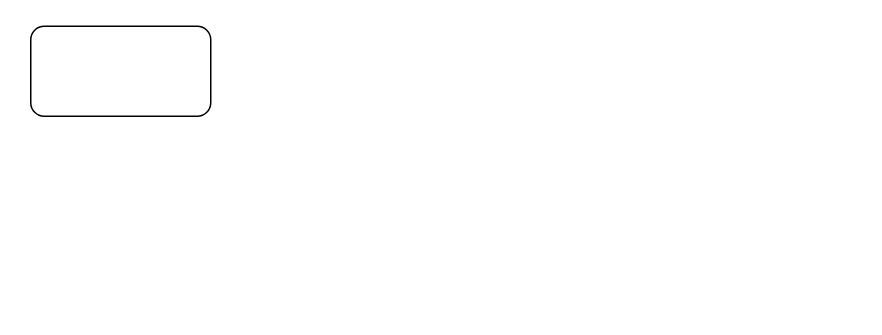
Above: page "executors线程池源码解析" (1 of 2) of Untitled Diagram.drawio in zzzliuke/draw-io (draw.io), before the change. Source tidied: cells renumbered, new cells numbered last; positions are measured from the earlier drawing's top-left corner, leaving out a move shared by most shapes. Both pictures are drawn from the tidied source at 150%, with x=0, y=0 at pixel (30, 26).
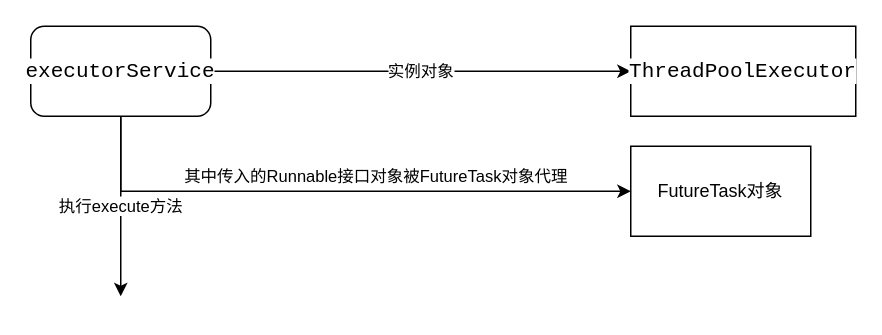
The same diagram, later.

Diff of the diagram source:
```diff
@@
 <mxGraphModel>
   <root>
     <mxCell id="0" />
     <mxCell id="1" parent="0" />
+    <mxCell id="3" value="执行execute方法" style="edgeStyle=orthogonalEdgeStyle;rounded=0;jettySize=auto;html=1;exitX=0.5;exitY=1;exitDx=0;exitDy=0;" parent="1" edge="1" source="2">
+      <mxGeometry relative="1" as="geometry">
+        <mxPoint x="60" y="180" as="targetPoint" />
+        <Array as="points">
+          <mxPoint x="60" y="160" />
+        </Array>
+      </mxGeometry>
+    </mxCell>
+    <mxCell id="4" value="实例对象" style="edgeStyle=orthogonalEdgeStyle;rounded=0;jettySize=auto;html=1;exitX=1;exitY=0.5;exitDx=0;exitDy=0;entryX=0;entryY=0.5;entryDx=0;entryDy=0;" parent="1" edge="1" source="2" target="6">
+      <mxGeometry relative="1" as="geometry" />
+    </mxCell>
-    <mxCell id="2" style="rounded=1;whiteSpace=wrap;html=1;" parent="1" vertex="1">
+    <mxCell id="2" value="&lt;pre style=&quot;background-color: rgb(255 , 255 , 255) ; font-family: &amp;#34;consolas&amp;#34; ; font-size: 10.5pt&quot;&gt;executorService&lt;/pre&gt;" style="rounded=1;whiteSpace=wrap;html=1;" parent="1" vertex="1">
       <mxGeometry width="120" height="60" as="geometry" />
     </mxCell>
+    <mxCell id="5" value="其中传入的Runnable接口对象被FutureTask对象代理" style="edgeStyle=orthogonalEdgeStyle;rounded=0;jettySize=auto;html=1;exitX=0.5;exitY=1;exitDx=0;exitDy=0;entryX=0;entryY=0.5;entryDx=0;entryDy=0;" parent="1" edge="1" source="2" target="7">
+      <mxGeometry x="0.13" y="10" relative="1" as="geometry" />
+    </mxCell>
+    <mxCell id="6" value="&lt;pre style=&quot;background-color: #ffffff ; color: #000000 ; font-family: &amp;quot;consolas&amp;quot; ; font-size: 10.5pt&quot;&gt;ThreadPoolExecutor&lt;/pre&gt;" style="rounded=0;whiteSpace=wrap;html=1;" parent="1" vertex="1">
+      <mxGeometry x="400" width="150" height="60" as="geometry" />
+    </mxCell>
+    <mxCell id="7" value="FutureTask对象" style="rounded=0;whiteSpace=wrap;html=1;" parent="1" vertex="1">
+      <mxGeometry x="400" y="80" width="120" height="60" as="geometry" />
+    </mxCell>
   </root>
 </mxGraphModel>
```
